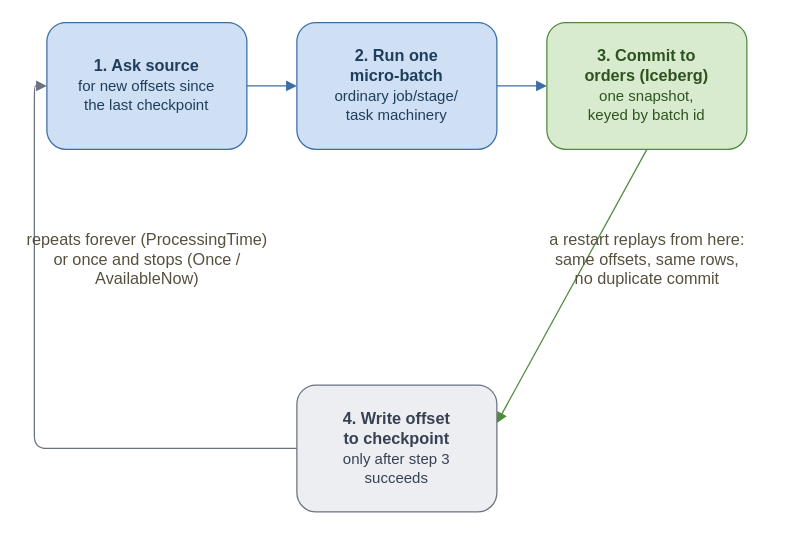
This is book/figures/microbatch-commit-loop.drawio from AlanPhan04/spark-101-to-pro, a draw.io file, before an edit. Source tidied: cells renumbered, new cells numbered last; positions are measured from the earlier drawing's top-left corner, leaving out a move shared by most shapes. Both pictures are drawn from the tidied source at 125%, with x=0, y=0 at pixel (21, 22).
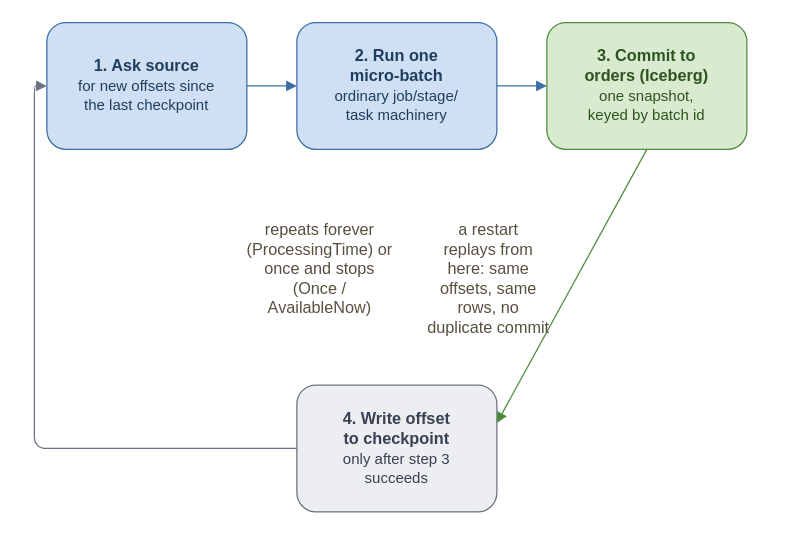
The same diagram, later.

The edit, as a diff of the source:
```diff
@@
 <mxGraphModel>
   <root>
     <mxCell id="0" />
     <mxCell id="1" parent="0" />
     <mxCell id="2" value="&lt;b&gt;1. Ask source&lt;/b&gt;&lt;br&gt;&lt;span style=&quot;font-size:12px&quot;&gt;for new offsets since&lt;br&gt;the last checkpoint&lt;/span&gt;" style="rounded=1;whiteSpace=wrap;html=1;fillColor=#cfe0f4;strokeColor=#3b6ea5;fontSize=13;fontColor=#1f3d5c;" parent="1" vertex="1">
       <mxGeometry x="20" y="-0.5" width="160" height="101.5" as="geometry" />
     </mxCell>
     <mxCell id="3" value="&lt;b&gt;2. Run one&lt;br&gt;micro-batch&lt;/b&gt;&lt;br&gt;&lt;span style=&quot;font-size:12px&quot;&gt;ordinary job/stage/&lt;br&gt;task machinery&lt;/span&gt;" style="rounded=1;whiteSpace=wrap;html=1;fillColor=#cfe0f4;strokeColor=#3b6ea5;fontSize=13;fontColor=#1f3d5c;" parent="1" vertex="1">
       <mxGeometry x="220" y="-0.5" width="160" height="101.5" as="geometry" />
     </mxCell>
     <mxCell id="4" value="&lt;b&gt;3. Commit to&lt;br&gt;orders (Iceberg)&lt;/b&gt;&lt;br&gt;&lt;span style=&quot;font-size:12px&quot;&gt;one snapshot,&lt;br&gt;keyed by batch id&lt;/span&gt;" style="rounded=1;whiteSpace=wrap;html=1;fillColor=#d8ebcf;strokeColor=#4f8a3d;fontSize=13;fontColor=#2f5320;" parent="1" vertex="1">
       <mxGeometry x="420" y="-0.5" width="160" height="101.5" as="geometry" />
     </mxCell>
     <mxCell id="5" value="&lt;b&gt;4. Write offset&lt;br&gt;to checkpoint&lt;/b&gt;&lt;br&gt;&lt;span style=&quot;font-size:12px&quot;&gt;only after step 3&lt;br&gt;succeeds&lt;/span&gt;" style="rounded=1;whiteSpace=wrap;html=1;fillColor=#eceef1;strokeColor=#6b7280;fontSize=13;fontColor=#374151;" parent="1" vertex="1">
       <mxGeometry x="220" y="289.5" width="160" height="101.5" as="geometry" />
     </mxCell>
     <mxCell id="6" style="edges=1;html=1;endArrow=block;strokeColor=#3b6ea5;" parent="1" edge="1" source="2" target="3">
       <mxGeometry relative="1" as="geometry" />
     </mxCell>
     <mxCell id="7" style="edges=1;html=1;endArrow=block;strokeColor=#3b6ea5;" parent="1" edge="1" source="3" target="4">
       <mxGeometry relative="1" as="geometry" />
     </mxCell>
     <mxCell id="8" style="edges=1;html=1;endArrow=block;strokeColor=#4f8a3d;exitX=0.5;exitY=1;entryX=1;entryY=0.3;" parent="1" edge="1" source="4" target="5">
       <mxGeometry relative="1" as="geometry" />
     </mxCell>
     <mxCell id="9" style="edges=1;html=1;endArrow=block;strokeColor=#6b7280;exitX=0;entryX=0;entryY=0.5;exitY=0.5;rounded=1;" parent="1" edge="1" source="5" target="2">
       <mxGeometry relative="1" as="geometry">
         <Array as="points">
           <mxPoint x="10" y="340.2" />
           <mxPoint x="10" y="50.2" />
         </Array>
       </mxGeometry>
     </mxCell>
-    <mxCell id="10" value="repeats forever (ProcessingTime)&lt;br&gt;or once and stops (Once /&lt;br&gt;AvailableNow)" style="text;html=1;align=center;fontSize=13;fontColor=#57503f;" parent="1" vertex="1">
-      <mxGeometry y="159" width="200" height="116" as="geometry" />
+    <mxCell id="10" value="repeats forever&lt;br&gt;(ProcessingTime) or&lt;br&gt;once and stops&lt;br&gt;(Once /&lt;br&gt;AvailableNow)" style="text;html=1;align=center;fontSize=13;fontColor=#57503f;" parent="1" vertex="1">
+      <mxGeometry x="175" y="151" width="125" height="110" as="geometry" />
     </mxCell>
-    <mxCell id="11" value="a restart replays from here:&lt;br&gt;same offsets, same rows,&lt;br&gt;no duplicate commit" style="text;html=1;align=center;fontSize=13;fontColor=#57503f;" parent="1" vertex="1">
-      <mxGeometry x="400" y="159" width="200" height="116" as="geometry" />
+    <mxCell id="11" value="a restart&lt;br&gt;replays from&lt;br&gt;here: same&lt;br&gt;offsets, same&lt;br&gt;rows, no&lt;br&gt;duplicate commit" style="text;html=1;align=center;fontSize=13;fontColor=#57503f;" parent="1" vertex="1">
+      <mxGeometry x="310" y="151" width="125" height="110" as="geometry" />
     </mxCell>
   </root>
 </mxGraphModel>
```
